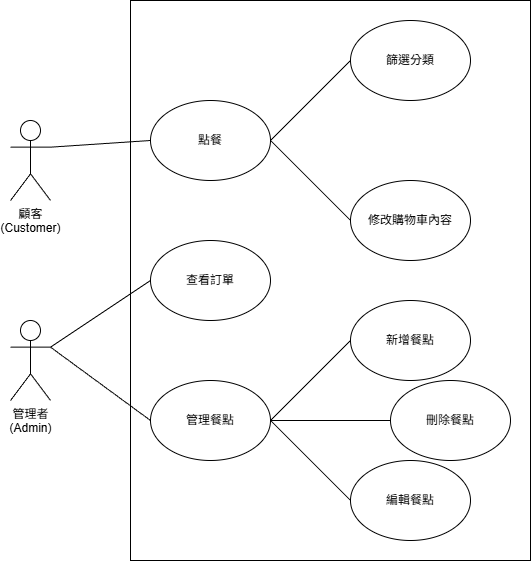
Earlier version of the draw.io export documents/Use-Case Diagram.drawio.png (yuchen69/ordering-system). Source tidied: cells renumbered, new cells last; positions are measured from the earlier drawing's top-left corner, leaving out a move shared by most shapes.
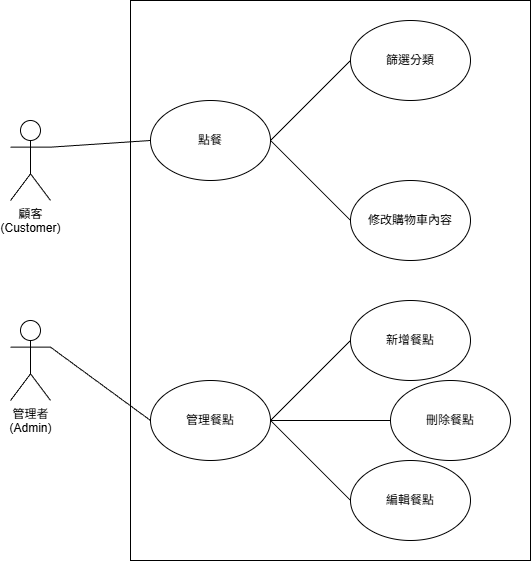
After the change.

The edit, as a diff of the source:
```diff
@@ -17,9 +17,6 @@
     <mxCell id="6" value="點餐" style="ellipse;whiteSpace=wrap;html=1;fillColor=none;" parent="1" vertex="1">
       <mxGeometry x="140" y="100" width="120" height="80" as="geometry" />
     </mxCell>
-    <mxCell id="7" value="查看訂單" style="ellipse;whiteSpace=wrap;html=1;fillColor=none;" parent="1" vertex="1">
-      <mxGeometry x="140" y="240" width="120" height="80" as="geometry" />
-    </mxCell>
     <mxCell id="8" value="新增餐點" style="ellipse;whiteSpace=wrap;html=1;fillColor=none;" parent="1" vertex="1">
       <mxGeometry x="340" y="300" width="120" height="80" as="geometry" />
     </mxCell>
@@ -35,10 +32,8 @@
     <mxCell id="12" style="endArrow=none;html=1;rounded=0;entryX=0;entryY=0.5;entryDx=0;entryDy=0;exitX=1;exitY=0.5;exitDx=0;exitDy=0;" parent="1" edge="1" source="5" target="10">
       <mxGeometry relative="1" as="geometry" />
     </mxCell>
-    <mxCell id="13" style="endArrow=none;html=1;rounded=0;entryX=0;entryY=0.5;entryDx=0;entryDy=0;" parent="1" edge="1" target="9">
-      <mxGeometry relative="1" as="geometry">
-        <mxPoint x="260" y="420" as="sourcePoint" />
-      </mxGeometry>
+    <mxCell id="13" style="endArrow=none;html=1;rounded=0;entryX=0;entryY=0.5;entryDx=0;entryDy=0;exitX=1;exitY=0.5;exitDx=0;exitDy=0;" parent="1" edge="1" source="5" target="9">
+      <mxGeometry relative="1" as="geometry" />
     </mxCell>
     <mxCell id="14" value="篩選分類" style="ellipse;whiteSpace=wrap;html=1;fillColor=none;" parent="1" vertex="1">
       <mxGeometry x="340" y="20" width="120" height="80" as="geometry" />
@@ -55,9 +50,6 @@
     <mxCell id="18" style="endArrow=none;html=1;rounded=0;entryX=0;entryY=0.5;entryDx=0;entryDy=0;exitX=1;exitY=0.3333333333333333;exitDx=0;exitDy=0;exitPerimeter=0;" parent="1" edge="1" source="2" target="6">
       <mxGeometry relative="1" as="geometry" />
     </mxCell>
-    <mxCell id="19" style="endArrow=none;html=1;rounded=0;entryX=0;entryY=0.5;entryDx=0;entryDy=0;exitX=1;exitY=0.3333333333333333;exitDx=0;exitDy=0;exitPerimeter=0;" parent="1" edge="1" source="3" target="7">
-      <mxGeometry relative="1" as="geometry" />
-    </mxCell>
     <mxCell id="20" style="endArrow=none;html=1;rounded=0;exitX=1;exitY=0.3333333333333333;exitDx=0;exitDy=0;exitPerimeter=0;entryX=0;entryY=0.5;entryDx=0;entryDy=0;" parent="1" edge="1" source="3" target="5">
       <mxGeometry relative="1" as="geometry" />
     </mxCell>
```
